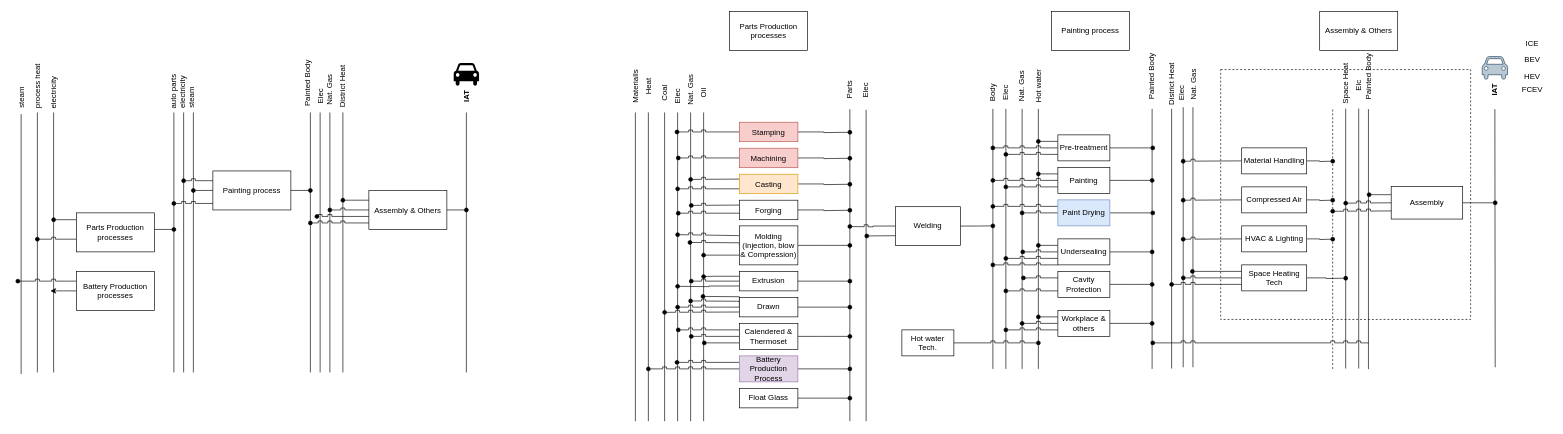
Above: page "Automobile_process_det" (18 of 18) of TAM_Industry_RES.drawio in anik-ier/TAM_Industry_RES (draw.io), before the change. Source tidied: cells renumbered, new cells numbered last; positions are measured from the earlier drawing's top-left corner, leaving out a move shared by most shapes. Both pictures are drawn from the tidied source at 65%, with x=0, y=0 at pixel (1, 11).
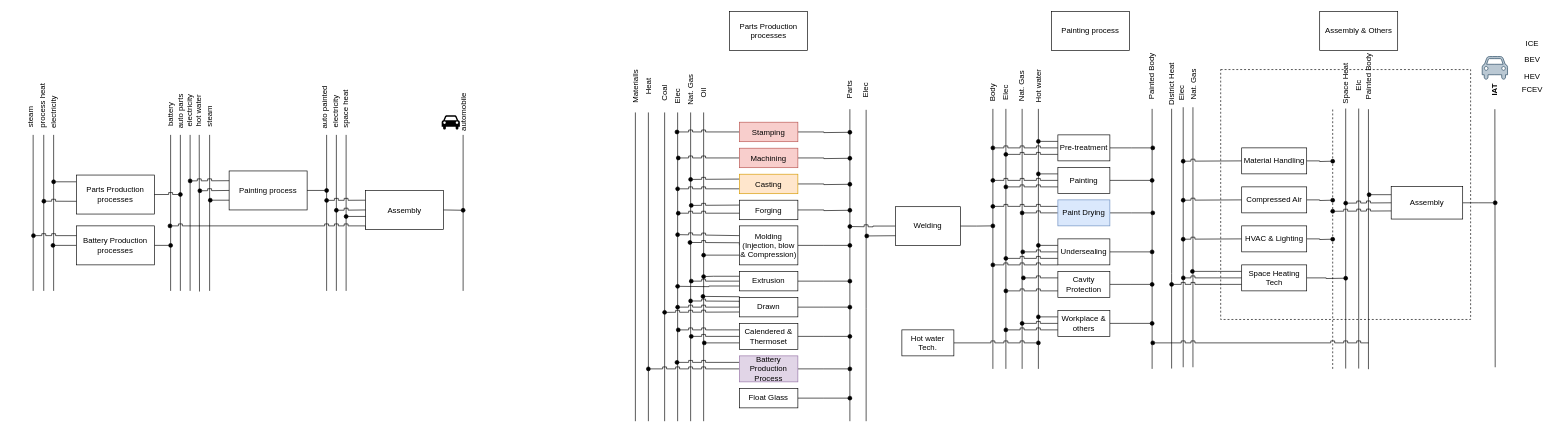
The same page after the edit.

Diff of the diagram source:
```diff
@@
-    <mxCell id="3" style="endArrow=none;html=1;rounded=0;" parent="1" edge="1">
-      <mxGeometry relative="1" as="geometry">
-        <mxPoint x="55" y="555.5" as="sourcePoint" />
-        <mxPoint x="55" y="155.5" as="targetPoint" />
-      </mxGeometry>
-    </mxCell>
-    <mxCell id="4" style="group;" parent="1" vertex="1">
-      <mxGeometry x="65" y="100.5" width="35" height="455" as="geometry" />
-    </mxCell>
-    <mxCell id="5" style="endArrow=none;html=1;rounded=0;" parent="4" edge="1">
-      <mxGeometry relative="1" as="geometry">
-        <mxPoint x="15" y="455" as="sourcePoint" />
-        <mxPoint x="15" y="55" as="targetPoint" />
-      </mxGeometry>
-    </mxCell>
-    <mxCell id="6" value="electricity" style="text;html=1;strokeColor=none;fillColor=none;align=center;verticalAlign=middle;whiteSpace=wrap;rounded=0;rotation=270;" parent="4" vertex="1">
-      <mxGeometry x="-15" y="9.5" width="60" height="30" as="geometry" />
-    </mxCell>
-    <mxCell id="7" style="endArrow=oval;html=1;rounded=0;exitX=0;exitY=0.75;exitDx=0;exitDy=0;endFill=1;jumpStyle=sharp;" parent="1" edge="1">
-      <mxGeometry relative="1" as="geometry">
-        <mxPoint x="115" y="350.5" as="sourcePoint" />
-        <mxPoint x="55" y="350.5" as="targetPoint" />
-      </mxGeometry>
-    </mxCell>
     <mxCell id="8" style="endArrow=none;html=1;rounded=0;" parent="1" edge="1">
       <mxGeometry relative="1" as="geometry">
-        <mxPoint x="265" y="555.5" as="sourcePoint" />
-        <mxPoint x="265" y="155.5" as="targetPoint" />
+        <mxPoint x="275" y="430" as="sourcePoint" />
+        <mxPoint x="275" y="190" as="targetPoint" />
       </mxGeometry>
     </mxCell>
     <mxCell id="9" style="group;" parent="1" vertex="1">
-      <mxGeometry x="475" y="100.5" width="105" height="455" as="geometry" />
+      <mxGeometry x="485" y="100.5" width="105" height="455" as="geometry" />
     </mxCell>
     <mxCell id="10" style="endArrow=none;html=1;rounded=0;" parent="9" edge="1">
       <mxGeometry relative="1" as="geometry">
-        <mxPoint x="15" y="455" as="sourcePoint" />
-        <mxPoint x="15" y="55" as="targetPoint" />
+        <mxPoint x="30" y="329.5" as="sourcePoint" />
+        <mxPoint x="30" y="89.5" as="targetPoint" />
       </mxGeometry>
     </mxCell>
+    <mxCell id="13" style="endArrow=none;html=1;rounded=0;" parent="9" edge="1">
+      <mxGeometry relative="1" as="geometry">
+        <mxPoint x="45" y="329.5" as="sourcePoint" />
+        <mxPoint x="45" y="89.5" as="targetPoint" />
+      </mxGeometry>
+    </mxCell>
+    <mxCell id="15" style="endArrow=oval;html=1;rounded=0;endSize=6;endFill=1;jumpStyle=sharp;" parent="9" edge="1">
+      <mxGeometry relative="1" as="geometry">
+        <mxPoint x="105" y="215" as="sourcePoint" />
+        <mxPoint x="45" y="215" as="targetPoint" />
+      </mxGeometry>
+    </mxCell>
-    <mxCell id="11" value="Elec" style="text;html=1;strokeColor=none;fillColor=none;align=center;verticalAlign=middle;whiteSpace=wrap;rounded=0;rotation=270;" parent="9" vertex="1">
-      <mxGeometry x="-15" y="15" width="60" height="30" as="geometry" />
+    <mxCell id="11" value="electricity" style="text;html=1;strokeColor=none;fillColor=none;align=center;verticalAlign=middle;whiteSpace=wrap;rounded=0;rotation=270;" parent="9" vertex="1">
+      <mxGeometry x="-1" y="46" width="60" height="15" as="geometry" />
     </mxCell>
+    <mxCell id="29" value="auto painted" style="text;html=1;strokeColor=none;fillColor=none;align=center;verticalAlign=middle;whiteSpace=wrap;rounded=0;rotation=270;" parent="9" vertex="1">
+      <mxGeometry x="-33" y="39.5" width="90" height="15.5" as="geometry" />
+    </mxCell>
-    <mxCell id="12" value="Nat. Gas" style="text;html=1;strokeColor=none;fillColor=none;align=center;verticalAlign=middle;whiteSpace=wrap;rounded=0;rotation=270;" parent="9" vertex="1">
-      <mxGeometry y="5" width="60" height="30" as="geometry" />
+    <mxCell id="12" value="space heat" style="text;html=1;strokeColor=none;fillColor=none;align=center;verticalAlign=middle;whiteSpace=wrap;rounded=0;rotation=270;" parent="9" vertex="1">
+      <mxGeometry x="5" y="42.2" width="80" height="15" as="geometry" />
     </mxCell>
-    <mxCell id="13" style="endArrow=none;html=1;rounded=0;" parent="9" edge="1">
-      <mxGeometry relative="1" as="geometry">
-        <mxPoint x="30" y="455" as="sourcePoint" />
-        <mxPoint x="30" y="55" as="targetPoint" />
-      </mxGeometry>
-    </mxCell>
-    <mxCell id="14" value="District Heat" style="text;html=1;strokeColor=none;fillColor=none;align=center;verticalAlign=middle;whiteSpace=wrap;rounded=0;rotation=270;" parent="9" vertex="1">
-      <mxGeometry x="5" width="90" height="30" as="geometry" />
-    </mxCell>
-    <mxCell id="15" style="endArrow=oval;html=1;rounded=0;endSize=6;endFill=1;jumpStyle=sharp;" parent="9" edge="1">
-      <mxGeometry relative="1" as="geometry">
-        <mxPoint x="90" y="215" as="sourcePoint" />
-        <mxPoint x="10" y="215" as="targetPoint" />
-      </mxGeometry>
-    </mxCell>
     <mxCell id="16" value="auto parts" style="text;html=1;strokeColor=none;fillColor=none;align=center;verticalAlign=middle;whiteSpace=wrap;rounded=0;rotation=270;" parent="1" vertex="1">
-      <mxGeometry x="235" y="116" width="60" height="14.5" as="geometry" />
+      <mxGeometry x="245" y="146.5" width="60" height="14.5" as="geometry" />
     </mxCell>
     <mxCell id="17" style="endArrow=oval;html=1;rounded=0;endSize=6;exitX=0;exitY=0.25;exitDx=0;exitDy=0;endFill=1;jumpStyle=sharp;" parent="1" edge="1">
       <mxGeometry relative="1" as="geometry">
-        <mxPoint x="115" y="320.5" as="sourcePoint" />
-        <mxPoint x="80" y="320.5" as="targetPoint" />
+        <mxPoint x="115" y="262.2" as="sourcePoint" />
+        <mxPoint x="80" y="262.2" as="targetPoint" />
       </mxGeometry>
     </mxCell>
-    <mxCell id="18" style="endArrow=oval;html=1;rounded=0;endSize=6;exitX=1;exitY=0.5;exitDx=0;exitDy=0;endFill=1;" parent="1" edge="1">
-      <mxGeometry relative="1" as="geometry">
-        <mxPoint x="235" y="335.5" as="sourcePoint" />
-        <mxPoint x="265" y="335.5" as="targetPoint" />
-      </mxGeometry>
-    </mxCell>
     <mxCell id="19" value="Painting process" style="rounded=0;whiteSpace=wrap;html=1;" parent="1" vertex="1">
-      <mxGeometry x="325" y="245.5" width="120" height="60" as="geometry" />
+      <mxGeometry x="350" y="245.5" width="120" height="60" as="geometry" />
     </mxCell>
     <mxCell id="20" style="endArrow=none;html=1;rounded=0;endSize=6;" parent="1" edge="1">
       <mxGeometry relative="1" as="geometry">
-        <mxPoint x="475" y="555.5" as="sourcePoint" />
-        <mxPoint x="475" y="155.5" as="targetPoint" />
+        <mxPoint x="500" y="430" as="sourcePoint" />
+        <mxPoint x="500" y="190" as="targetPoint" />
       </mxGeometry>
     </mxCell>
-    <mxCell id="21" style="group;" parent="1" vertex="1">
-      <mxGeometry x="265" y="100.5" width="67.5" height="455" as="geometry" />
-    </mxCell>
-    <mxCell id="22" style="endArrow=none;html=1;rounded=0;" parent="21" edge="1">
-      <mxGeometry relative="1" as="geometry">
-        <mxPoint x="15" y="455" as="sourcePoint" />
-        <mxPoint x="15" y="55" as="targetPoint" />
-      </mxGeometry>
-    </mxCell>
-    <mxCell id="23" value="steam" style="text;html=1;strokeColor=none;fillColor=none;align=center;verticalAlign=middle;whiteSpace=wrap;rounded=0;rotation=270;" parent="21" vertex="1">
-      <mxGeometry x="10.6" y="25" width="35" height="15" as="geometry" />
-    </mxCell>
-    <mxCell id="24" style="endArrow=none;html=1;rounded=0;" parent="21" edge="1">
-      <mxGeometry relative="1" as="geometry">
-        <mxPoint x="30" y="455" as="sourcePoint" />
-        <mxPoint x="30" y="55" as="targetPoint" />
-      </mxGeometry>
-    </mxCell>
-    <mxCell id="25" value="electricity" style="text;html=1;strokeColor=none;fillColor=none;align=center;verticalAlign=middle;whiteSpace=wrap;rounded=0;rotation=270;" parent="21" vertex="1">
-      <mxGeometry x="-9" y="16" width="46.2" height="15" as="geometry" />
-    </mxCell>
+    <mxCell id="197" style="edgeStyle=orthogonalEdgeStyle;rounded=0;hachureGap=4;jettySize=auto;html=1;exitX=0;exitY=0.25;exitDx=0;exitDy=0;fontFamily=Architects Daughter;endArrow=oval;endFill=1;jumpStyle=sharp;" parent="1" edge="1" source="26">
+      <mxGeometry relative="1" as="geometry">
+        <mxPoint x="500" y="290.8" as="targetPoint" />
+      </mxGeometry>
+    </mxCell>
+    <mxCell id="198" style="edgeStyle=orthogonalEdgeStyle;rounded=0;hachureGap=4;jettySize=auto;html=1;exitX=0;exitY=1;exitDx=0;exitDy=0;fontFamily=Architects Daughter;endArrow=oval;endFill=1;jumpStyle=sharp;" parent="1" edge="1" source="26">
+      <mxGeometry relative="1" as="geometry">
+        <mxPoint x="259" y="330" as="targetPoint" />
+        <Array as="points">
+          <mxPoint x="560" y="330" />
+        </Array>
+      </mxGeometry>
+    </mxCell>
-    <mxCell id="26" value="Assembly &amp;amp; Others" style="rounded=0;whiteSpace=wrap;html=1;" parent="1" vertex="1">
-      <mxGeometry x="565" y="275.5" width="120" height="60" as="geometry" />
+    <mxCell id="26" value="Assembly " style="rounded=0;whiteSpace=wrap;html=1;" parent="1" vertex="1">
+      <mxGeometry x="560" y="275.5" width="120" height="60" as="geometry" />
     </mxCell>
     <mxCell id="27" style="endArrow=none;html=1;rounded=0;endSize=6;" parent="1" edge="1">
       <mxGeometry relative="1" as="geometry">
-        <mxPoint x="715" y="155.5" as="sourcePoint" />
-        <mxPoint x="715" y="555.5" as="targetPoint" />
+        <mxPoint x="710" y="190" as="sourcePoint" />
+        <mxPoint x="710" y="430" as="targetPoint" />
       </mxGeometry>
     </mxCell>
-    <mxCell id="28" style="endArrow=none;html=1;rounded=0;endSize=6;" parent="1" edge="1">
-      <mxGeometry relative="1" as="geometry">
-        <mxPoint x="525" y="555.5" as="sourcePoint" />
-        <mxPoint x="525" y="155.5" as="targetPoint" />
-      </mxGeometry>
-    </mxCell>
-    <mxCell id="29" value="Painted Body" style="text;html=1;strokeColor=none;fillColor=none;align=center;verticalAlign=middle;whiteSpace=wrap;rounded=0;rotation=270;" parent="1" vertex="1">
-      <mxGeometry x="425" y="95.5" width="90" height="30" as="geometry" />
-    </mxCell>
-    <mxCell id="30" value="IAT" style="text;html=1;strokeColor=none;fillColor=none;align=center;verticalAlign=middle;whiteSpace=wrap;rounded=0;rotation=270;fontStyle=1;" parent="1" vertex="1">
-      <mxGeometry x="685" y="115.5" width="60" height="30" as="geometry" />
-    </mxCell>
     <mxCell id="31" style="shape=mxgraph.signs.transportation.car_4;html=1;fillColor=#000000;strokeColor=none;verticalLabelPosition=bottom;verticalAlign=top;align=center;" parent="1" vertex="1">
-      <mxGeometry x="695.5" y="79.5" width="39" height="36" as="geometry" />
+      <mxGeometry x="677" y="160" width="28" height="22.5" as="geometry" />
     </mxCell>
-    <mxCell id="32" style="endArrow=oval;html=1;rounded=0;endSize=6;exitX=0;exitY=0.25;exitDx=0;exitDy=0;endFill=1;jumpStyle=sharp;" parent="1" edge="1" source="19">
-      <mxGeometry relative="1" as="geometry">
-        <mxPoint x="280" y="260.5" as="targetPoint" />
-      </mxGeometry>
-    </mxCell>
-    <mxCell id="33" style="endArrow=oval;html=1;rounded=0;endSize=6;endFill=1;jumpStyle=sharp;" parent="1" edge="1">
-      <mxGeometry relative="1" as="geometry">
-        <mxPoint x="325" y="275.5" as="sourcePoint" />
-        <mxPoint x="295" y="275.5" as="targetPoint" />
-      </mxGeometry>
-    </mxCell>
-    <mxCell id="34" style="endArrow=oval;html=1;rounded=0;endSize=6;endFill=1;jumpStyle=sharp;" parent="1" edge="1">
-      <mxGeometry relative="1" as="geometry">
-        <mxPoint x="325" y="295.5" as="sourcePoint" />
-        <mxPoint x="265" y="295.5" as="targetPoint" />
-      </mxGeometry>
-    </mxCell>
     <mxCell id="35" style="endArrow=oval;html=1;rounded=0;endSize=6;exitX=1;exitY=0.5;exitDx=0;exitDy=0;endFill=1;" parent="1" edge="1" source="19">
       <mxGeometry relative="1" as="geometry">
-        <mxPoint x="475" y="275.5" as="targetPoint" />
+        <mxPoint x="500" y="275.5" as="targetPoint" />
       </mxGeometry>
     </mxCell>
-    <mxCell id="36" style="endArrow=oval;html=1;rounded=0;endSize=6;endFill=1;jumpStyle=sharp;" parent="1" edge="1">
-      <mxGeometry relative="1" as="geometry">
-        <mxPoint x="565" y="325.5" as="sourcePoint" />
-        <mxPoint x="475" y="325.5" as="targetPoint" />
-      </mxGeometry>
-    </mxCell>
     <mxCell id="37" style="endArrow=oval;html=1;rounded=0;endSize=6;exitX=0;exitY=0.5;exitDx=0;exitDy=0;endFill=1;jumpStyle=sharp;" parent="1" edge="1" source="26">
       <mxGeometry relative="1" as="geometry">
-        <mxPoint x="505" y="305.5" as="targetPoint" />
+        <mxPoint x="515" y="306" as="targetPoint" />
         <Array as="points">
-          <mxPoint x="535" y="305.5" />
+          <mxPoint x="560" y="305.5" />
         </Array>
       </mxGeometry>
     </mxCell>
-    <mxCell id="38" style="endArrow=oval;html=1;rounded=0;endSize=6;exitX=0;exitY=0.25;exitDx=0;exitDy=0;endFill=1;jumpStyle=sharp;" parent="1" edge="1" source="26">
-      <mxGeometry relative="1" as="geometry">
-        <mxPoint x="525" y="290.5" as="targetPoint" />
-      </mxGeometry>
-    </mxCell>
-    <mxCell id="39" style="endArrow=oval;html=1;rounded=0;endSize=6;entryX=1;entryY=0.5;entryDx=0;entryDy=0;exitX=1;exitY=0.5;exitDx=0;exitDy=0;endFill=1;" parent="1" edge="1" source="26">
+    <mxCell id="39" style="endArrow=oval;html=1;rounded=0;endSize=6;exitX=1;exitY=0.5;exitDx=0;exitDy=0;endFill=1;" parent="1" edge="1" source="26">
       <mxGeometry relative="1" as="geometry">
-        <mxPoint x="715" y="305.5" as="targetPoint" />
+        <mxPoint x="710" y="306" as="targetPoint" />
       </mxGeometry>
     </mxCell>
@@
     <mxCell id="190" value="Parts Production processes" style="rounded=0;whiteSpace=wrap;html=1;" parent="1" vertex="1">
-      <mxGeometry x="115" y="310" width="120" height="60" as="geometry" />
+      <mxGeometry x="115" y="251.8" width="120" height="60" as="geometry" />
     </mxCell>
-    <mxCell id="191" value="process heat" style="text;html=1;strokeColor=none;fillColor=none;align=center;verticalAlign=middle;whiteSpace=wrap;rounded=0;rotation=270;" parent="1" vertex="1">
-      <mxGeometry x="10" y="100" width="90" height="30" as="geometry" />
-    </mxCell>
-    <mxCell id="192" style="edgeStyle=orthogonalEdgeStyle;rounded=0;hachureGap=4;jettySize=auto;html=1;exitX=0;exitY=0.25;exitDx=0;exitDy=0;fontFamily=Architects Daughter;endArrow=oval;endFill=1;jumpStyle=sharp;" parent="1" edge="1" source="194">
-      <mxGeometry relative="1" as="geometry">
-        <mxPoint x="25" y="415" as="targetPoint" />
-      </mxGeometry>
-    </mxCell>
-    <mxCell id="193" style="edgeStyle=orthogonalEdgeStyle;rounded=0;hachureGap=4;jettySize=auto;html=1;exitX=0;exitY=0.5;exitDx=0;exitDy=0;fontFamily=Architects Daughter;" parent="1" edge="1" source="194">
+    <mxCell id="193" style="edgeStyle=orthogonalEdgeStyle;rounded=0;hachureGap=4;jettySize=auto;html=1;exitX=0;exitY=0.5;exitDx=0;exitDy=0;fontFamily=Architects Daughter;jumpStyle=sharp;endArrow=oval;endFill=1;" parent="1" edge="1" source="194">
       <mxGeometry relative="1" as="geometry">
-        <mxPoint x="75" y="430" as="targetPoint" />
+        <mxPoint x="79" y="360" as="targetPoint" />
       </mxGeometry>
     </mxCell>
+    <mxCell id="199" style="edgeStyle=orthogonalEdgeStyle;rounded=0;hachureGap=4;jettySize=auto;html=1;exitX=1;exitY=0.5;exitDx=0;exitDy=0;fontFamily=Architects Daughter;endArrow=oval;endFill=1;" parent="1" edge="1" source="194">
+      <mxGeometry relative="1" as="geometry">
+        <mxPoint x="260" y="360" as="targetPoint" />
+      </mxGeometry>
+    </mxCell>
     <mxCell id="194" value="Battery Production processes" style="rounded=0;whiteSpace=wrap;html=1;" parent="1" vertex="1">
-      <mxGeometry x="115" y="400" width="120" height="60" as="geometry" />
+      <mxGeometry x="115" y="330" width="120" height="60" as="geometry" />
     </mxCell>
     <mxCell id="195" style="endArrow=none;html=1;rounded=0;" parent="1" edge="1">
       <mxGeometry relative="1" as="geometry">
-        <mxPoint x="30" y="558" as="sourcePoint" />
-        <mxPoint x="30" y="158" as="targetPoint" />
+        <mxPoint x="48.5" y="430" as="sourcePoint" />
+        <mxPoint x="48.5" y="190" as="targetPoint" />
       </mxGeometry>
     </mxCell>
+    <mxCell id="200" style="group;" parent="1" vertex="1">
+      <mxGeometry x="245" y="100.5" width="35" height="455" as="geometry" />
+    </mxCell>
+    <mxCell id="201" style="endArrow=none;html=1;rounded=0;" parent="200" edge="1">
+      <mxGeometry relative="1" as="geometry">
+        <mxPoint x="15" y="329.5" as="sourcePoint" />
+        <mxPoint x="15" y="89.5" as="targetPoint" />
+      </mxGeometry>
+    </mxCell>
+    <mxCell id="202" value="battery" style="text;html=1;strokeColor=none;fillColor=none;align=center;verticalAlign=middle;whiteSpace=wrap;rounded=0;rotation=270;" parent="200" vertex="1">
+      <mxGeometry x="-15" y="43" width="60" height="30" as="geometry" />
+    </mxCell>
+    <mxCell id="203" style="edgeStyle=orthogonalEdgeStyle;rounded=0;hachureGap=4;jettySize=auto;html=1;exitX=1;exitY=0.5;exitDx=0;exitDy=0;fontFamily=Architects Daughter;endArrow=oval;endFill=1;jumpStyle=sharp;" parent="1" edge="1" source="190">
+      <mxGeometry relative="1" as="geometry">
+        <mxPoint x="275" y="281.7" as="targetPoint" />
+      </mxGeometry>
+    </mxCell>
+    <mxCell id="22" style="endArrow=none;html=1;rounded=0;" parent="1" edge="1">
+      <mxGeometry relative="1" as="geometry">
+        <mxPoint x="290" y="430" as="sourcePoint" />
+        <mxPoint x="290" y="190" as="targetPoint" />
+      </mxGeometry>
+    </mxCell>
+    <mxCell id="23" value="steam" style="text;html=1;strokeColor=none;fillColor=none;align=center;verticalAlign=middle;whiteSpace=wrap;rounded=0;rotation=270;" parent="1" vertex="1">
+      <mxGeometry x="302.5" y="155" width="35" height="14" as="geometry" />
+    </mxCell>
+    <mxCell id="24" style="endArrow=none;html=1;rounded=0;" parent="1" edge="1">
+      <mxGeometry relative="1" as="geometry">
+        <mxPoint x="320" y="430" as="sourcePoint" />
+        <mxPoint x="320" y="190" as="targetPoint" />
+      </mxGeometry>
+    </mxCell>
+    <mxCell id="25" value="electricity" style="text;html=1;strokeColor=none;fillColor=none;align=center;verticalAlign=middle;whiteSpace=wrap;rounded=0;rotation=270;" parent="1" vertex="1">
+      <mxGeometry x="266" y="145" width="46.2" height="15" as="geometry" />
+    </mxCell>
+    <mxCell id="204" style="endArrow=none;html=1;rounded=0;" parent="1" edge="1">
+      <mxGeometry relative="1" as="geometry">
+        <mxPoint x="304.4" y="431" as="sourcePoint" />
+        <mxPoint x="304" y="190" as="targetPoint" />
+      </mxGeometry>
+    </mxCell>
+    <mxCell id="205" value="hot water" style="text;html=1;strokeColor=none;fillColor=none;align=center;verticalAlign=middle;whiteSpace=wrap;rounded=0;rotation=270;" parent="1" vertex="1">
+      <mxGeometry x="272.5" y="146" width="60" height="15" as="geometry" />
+    </mxCell>
+    <mxCell id="5" style="endArrow=none;html=1;rounded=0;" parent="1" edge="1">
+      <mxGeometry relative="1" as="geometry">
+        <mxPoint x="80" y="430" as="sourcePoint" />
+        <mxPoint x="80" y="190" as="targetPoint" />
+      </mxGeometry>
+    </mxCell>
+    <mxCell id="6" value="electricity" style="text;html=1;strokeColor=none;fillColor=none;align=center;verticalAlign=middle;whiteSpace=wrap;rounded=0;rotation=270;" parent="1" vertex="1">
+      <mxGeometry x="50" y="140" width="60" height="30" as="geometry" />
+    </mxCell>
     <mxCell id="196" value="steam" style="text;html=1;strokeColor=none;fillColor=none;align=center;verticalAlign=middle;whiteSpace=wrap;rounded=0;rotation=270;" parent="1" vertex="1">
-      <mxGeometry y="117.5" width="60" height="30" as="geometry" />
+      <mxGeometry x="15" y="151" width="60" height="23" as="geometry" />
     </mxCell>
+    <mxCell id="191" value="process heat" style="text;html=1;strokeColor=none;fillColor=none;align=center;verticalAlign=middle;whiteSpace=wrap;rounded=0;rotation=270;" parent="1" vertex="1">
+      <mxGeometry x="18" y="135" width="90" height="20.5" as="geometry" />
+    </mxCell>
+    <mxCell id="3" style="endArrow=none;html=1;rounded=0;" parent="1" edge="1">
+      <mxGeometry relative="1" as="geometry">
+        <mxPoint x="64.8" y="430" as="sourcePoint" />
+        <mxPoint x="64.8" y="190" as="targetPoint" />
+      </mxGeometry>
+    </mxCell>
+    <mxCell id="7" style="endArrow=oval;html=1;rounded=0;exitX=0;exitY=0.75;exitDx=0;exitDy=0;endFill=1;jumpStyle=sharp;" parent="1" edge="1">
+      <mxGeometry relative="1" as="geometry">
+        <mxPoint x="115" y="292.2" as="sourcePoint" />
+        <mxPoint x="65" y="292" as="targetPoint" />
+      </mxGeometry>
+    </mxCell>
+    <mxCell id="192" style="edgeStyle=orthogonalEdgeStyle;rounded=0;hachureGap=4;jettySize=auto;html=1;exitX=0;exitY=0.25;exitDx=0;exitDy=0;fontFamily=Architects Daughter;endArrow=oval;endFill=1;jumpStyle=sharp;" parent="1" edge="1" source="194">
+      <mxGeometry relative="1" as="geometry">
+        <mxPoint x="49" y="345" as="targetPoint" />
+      </mxGeometry>
+    </mxCell>
+    <mxCell id="206" style="edgeStyle=orthogonalEdgeStyle;rounded=0;hachureGap=4;jettySize=auto;html=1;exitX=0;exitY=0.25;exitDx=0;exitDy=0;fontFamily=Architects Daughter;endArrow=oval;endFill=1;jumpStyle=sharp;" parent="1" edge="1" source="19">
+      <mxGeometry relative="1" as="geometry">
+        <mxPoint x="290" y="260.8" as="targetPoint" />
+      </mxGeometry>
+    </mxCell>
+    <mxCell id="207" style="edgeStyle=orthogonalEdgeStyle;rounded=0;hachureGap=4;jettySize=auto;html=1;exitX=0;exitY=0.75;exitDx=0;exitDy=0;fontFamily=Architects Daughter;endArrow=oval;endFill=1;jumpStyle=sharp;" parent="1" edge="1" source="19">
+      <mxGeometry relative="1" as="geometry">
+        <mxPoint x="321" y="290.8" as="targetPoint" />
+      </mxGeometry>
+    </mxCell>
+    <mxCell id="33" style="endArrow=oval;html=1;rounded=0;endSize=6;endFill=1;jumpStyle=sharp;" parent="1" edge="1">
+      <mxGeometry relative="1" as="geometry">
+        <mxPoint x="350" y="275.5" as="sourcePoint" />
+        <mxPoint x="305" y="276" as="targetPoint" />
+      </mxGeometry>
+    </mxCell>
+    <mxCell id="208" value="automobile" style="text;html=1;strokeColor=none;fillColor=none;align=center;verticalAlign=middle;whiteSpace=wrap;rounded=0;rotation=270;" parent="1" vertex="1">
+      <mxGeometry x="671" y="147.5" width="80" height="15" as="geometry" />
+    </mxCell>
```
